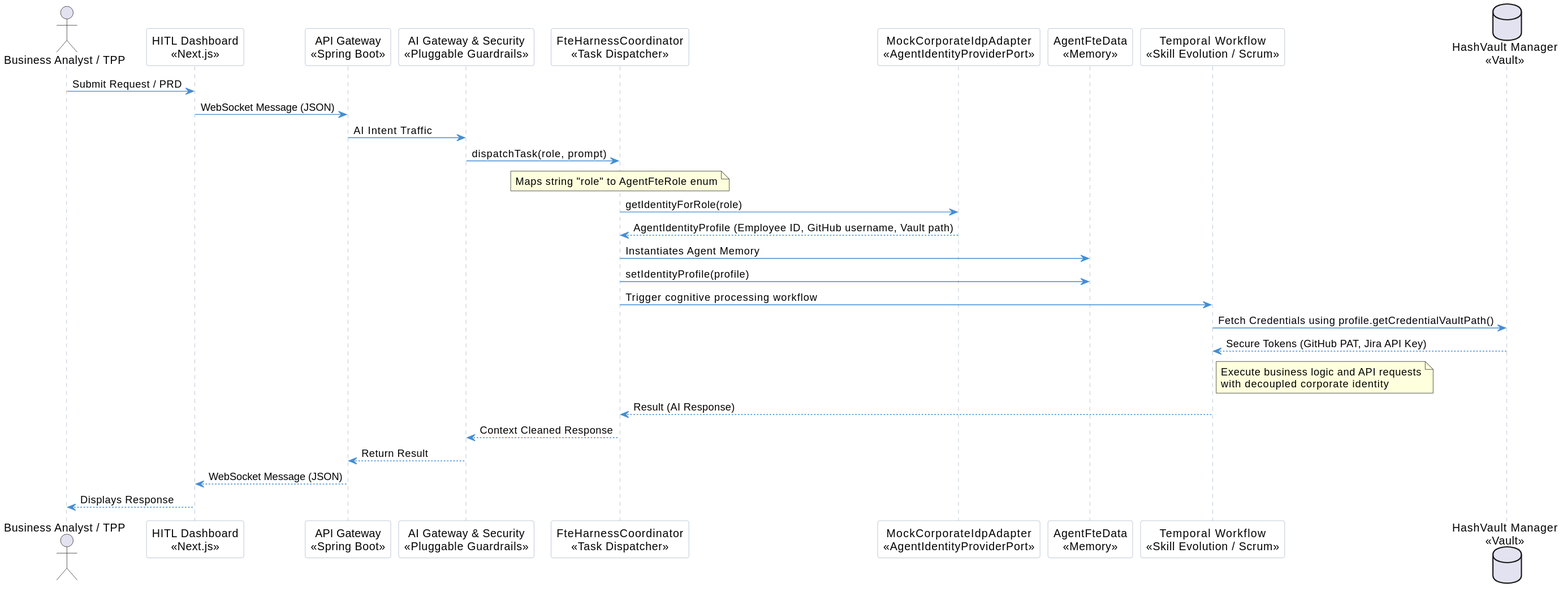
COPUR/OPF-Agentive-Platform keeps this PlantUML diagram as docs/diagrams/rendered/Agent_Identity_Sequence.svg. Above is the earlier version.
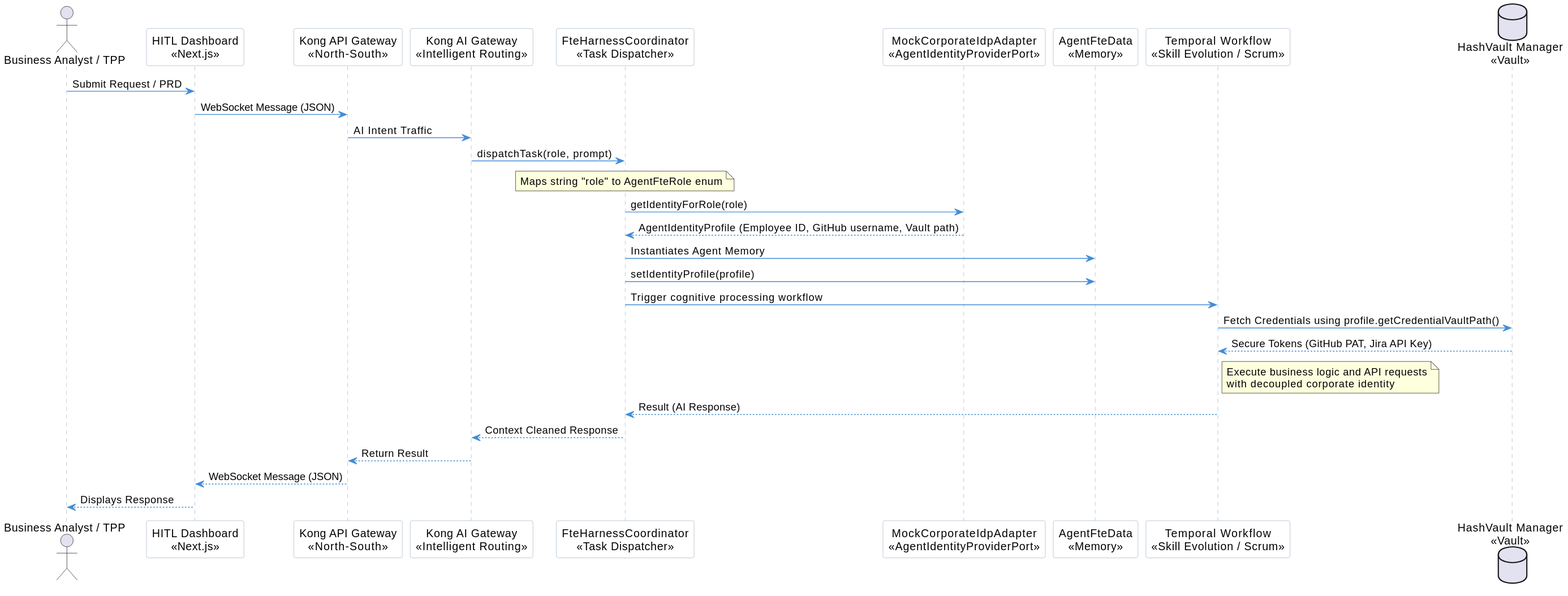
Above is the later version.

The edit, as a diff of the source:
```diff
@@ -9,8 +9,8 @@
 
 actor "Business Analyst / TPP" as User
 participant "HITL Dashboard\n<<Next.js>>" as UI
-participant "API Gateway\n<<Spring Boot>>" as WS
-participant "AI Gateway & Security\n<<Pluggable Guardrails>>" as AIGW
+participant "Kong API Gateway\n<<North-South>>" as WS
+participant "Kong AI Gateway\n<<Intelligent Routing>>" as AIGW
 participant "FteHarnessCoordinator\n<<Task Dispatcher>>" as Harness
 participant "MockCorporateIdpAdapter\n<<AgentIdentityProviderPort>>" as IDP
 participant "AgentFteData\n<<Memory>>" as AgentData
```
